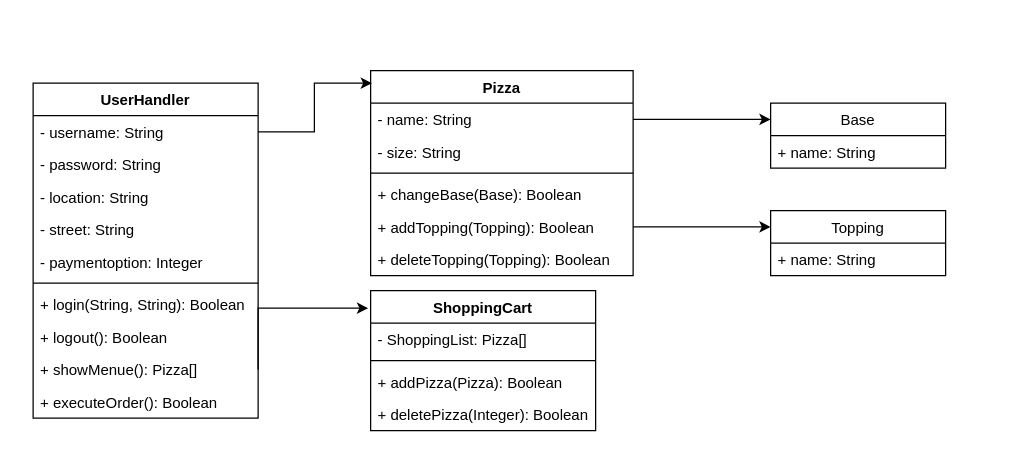
Before: Task 1/pizza_class_diagramm.drawio in BlackFox1197/sdi, a draw.io diagram. Source tidied: cells renumbered, new cells numbered last; positions are measured from the earlier drawing's top-left corner, leaving out a move shared by most shapes. Both pictures are drawn from the tidied source at 125%, with x=0, y=0 at pixel (32, 70).
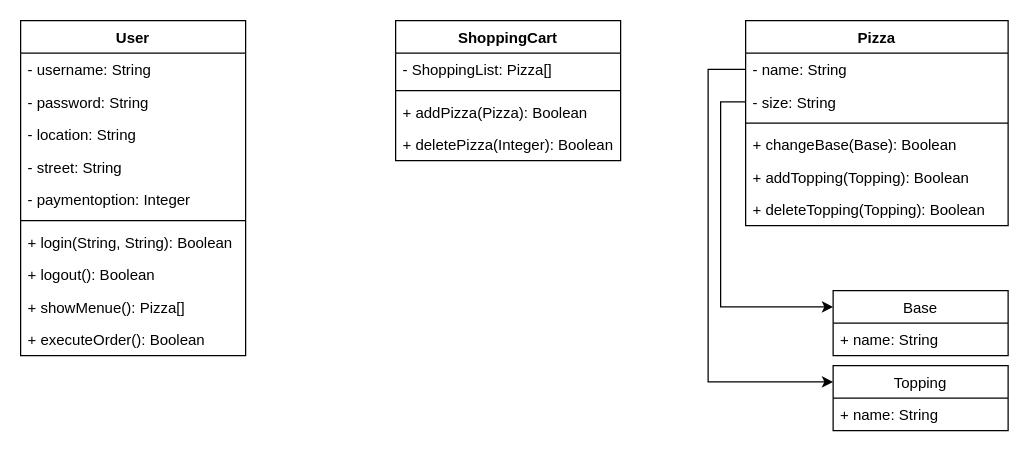
After the change.

Commit message:
Safing befor eventually shutdown

The change refers to these unchanged cells:
```xml
<mxCell id="3" value="- username: String" style="text;strokeColor=none;fillColor=none;align=left;verticalAlign=top;spacingLeft=4;spacingRight=4;overflow=hidden;points=[[0,0.5],[1,0.5]];portConstraint=eastwest;" parent="2" vertex="1">
  <mxGeometry y="26" width="180" height="26" as="geometry" />
</mxCell>
<mxCell id="11" value="+ showMenue(): Pizza[]" style="text;strokeColor=none;fillColor=none;align=left;verticalAlign=top;spacingLeft=4;spacingRight=4;overflow=hidden;points=[[0,0.5],[1,0.5]];portConstraint=eastwest;" parent="2" vertex="1">
  <mxGeometry y="216" width="180" height="26" as="geometry" />
</mxCell>
<mxCell id="19" value="- name: String" style="text;strokeColor=none;fillColor=none;align=left;verticalAlign=top;spacingLeft=4;spacingRight=4;overflow=hidden;points=[[0,0.5],[1,0.5]];portConstraint=eastwest;" parent="18" vertex="1">
  <mxGeometry y="26" width="210" height="26" as="geometry" />
</mxCell>
<mxCell id="20" value="- size: String" style="text;strokeColor=none;fillColor=none;align=left;verticalAlign=top;spacingLeft=4;spacingRight=4;overflow=hidden;points=[[0,0.5],[1,0.5]];portConstraint=eastwest;" parent="18" vertex="1">
  <mxGeometry y="52" width="210" height="26" as="geometry" />
</mxCell>
<mxCell id="23" value="+ addTopping(Topping): Boolean" style="text;strokeColor=none;fillColor=none;align=left;verticalAlign=top;spacingLeft=4;spacingRight=4;overflow=hidden;points=[[0,0.5],[1,0.5]];portConstraint=eastwest;" parent="18" vertex="1">
  <mxGeometry y="112" width="210" height="26" as="geometry" />
</mxCell>
```

Diff of the diagram source:
```diff
@@
-    <mxCell id="2" value="UserHandler" style="swimlane;fontStyle=1;align=center;verticalAlign=top;horizontal=1;startSize=26;" parent="1" vertex="1">
-      <mxGeometry y="10" width="180" height="268" as="geometry" />
+    <mxCell id="2" value="User" style="swimlane;fontStyle=1;align=center;verticalAlign=top;horizontal=1;startSize=26;" parent="1" vertex="1">
+      <mxGeometry x="-10" y="-40" width="180" height="268" as="geometry" />
     </mxCell>
@@
     <mxCell id="13" value="ShoppingCart" style="swimlane;fontStyle=1;align=center;verticalAlign=top;horizontal=1;startSize=26;" parent="1" vertex="1">
-      <mxGeometry x="270" y="176" width="180" height="112" as="geometry" />
+      <mxGeometry x="290" y="-40" width="180" height="112" as="geometry" />
     </mxCell>
@@
     <mxCell id="18" value="Pizza" style="swimlane;fontStyle=1;align=center;verticalAlign=top;horizontal=1;startSize=26;" parent="1" vertex="1">
-      <mxGeometry x="270" width="210" height="164" as="geometry" />
+      <mxGeometry x="570" y="-40" width="210" height="164" as="geometry" />
     </mxCell>
@@
-    <mxCell id="25" style="edgeStyle=orthogonalEdgeStyle;rounded=0;jettySize=auto;html=1;exitX=1;exitY=0.5;exitDx=0;exitDy=0;entryX=0.005;entryY=0.061;entryDx=0;entryDy=0;entryPerimeter=0;" parent="1" edge="1" source="3" target="18">
-      <mxGeometry relative="1" as="geometry" />
-    </mxCell>
-    <mxCell id="26" style="edgeStyle=orthogonalEdgeStyle;rounded=0;jettySize=auto;html=1;exitX=1;exitY=0.5;exitDx=0;exitDy=0;entryX=-0.011;entryY=0.125;entryDx=0;entryDy=0;entryPerimeter=0;" parent="1" edge="1" source="11" target="13">
-      <mxGeometry relative="1" as="geometry">
-        <Array as="points">
-          <mxPoint x="180" y="190" />
-        </Array>
-      </mxGeometry>
-    </mxCell>
     <mxCell id="27" value="Base" style="swimlane;fontStyle=0;horizontal=1;startSize=26;fillColor=none;" parent="1" vertex="1">
-      <mxGeometry x="590" y="26" width="140" height="52" as="geometry" />
+      <mxGeometry x="640" y="176" width="140" height="52" as="geometry" />
     </mxCell>
@@
-    <mxCell id="29" style="edgeStyle=orthogonalEdgeStyle;rounded=0;jettySize=auto;html=1;exitX=1;exitY=0.5;exitDx=0;exitDy=0;entryX=0;entryY=0.25;entryDx=0;entryDy=0;" parent="1" edge="1" source="19" target="27">
-      <mxGeometry relative="1" as="geometry" />
-    </mxCell>
     <mxCell id="30" value="Topping" style="swimlane;fontStyle=0;horizontal=1;startSize=26;fillColor=none;" parent="1" vertex="1">
-      <mxGeometry x="590" y="112" width="140" height="52" as="geometry" />
+      <mxGeometry x="640" y="236" width="140" height="52" as="geometry" />
     </mxCell>
@@
-    <mxCell id="32" style="edgeStyle=orthogonalEdgeStyle;rounded=0;jettySize=auto;html=1;exitX=1;exitY=0.5;exitDx=0;exitDy=0;entryX=0;entryY=0.25;entryDx=0;entryDy=0;" parent="1" edge="1" source="23" target="30">
-      <mxGeometry relative="1" as="geometry" />
-    </mxCell>
+    <mxCell id="33" style="edgeStyle=orthogonalEdgeStyle;rounded=0;jettySize=auto;html=1;exitX=0;exitY=0.5;exitDx=0;exitDy=0;entryX=0;entryY=0.25;entryDx=0;entryDy=0;" parent="1" edge="1" source="20" target="27">
+      <mxGeometry relative="1" as="geometry" />
+    </mxCell>
+    <mxCell id="34" style="edgeStyle=orthogonalEdgeStyle;rounded=0;jettySize=auto;html=1;exitX=0;exitY=0.5;exitDx=0;exitDy=0;entryX=0;entryY=0.25;entryDx=0;entryDy=0;" parent="1" edge="1" source="19" target="30">
+      <mxGeometry relative="1" as="geometry">
+        <Array as="points">
+          <mxPoint x="540" y="-1" />
+          <mxPoint x="540" y="249" />
+        </Array>
+      </mxGeometry>
+    </mxCell>
```
